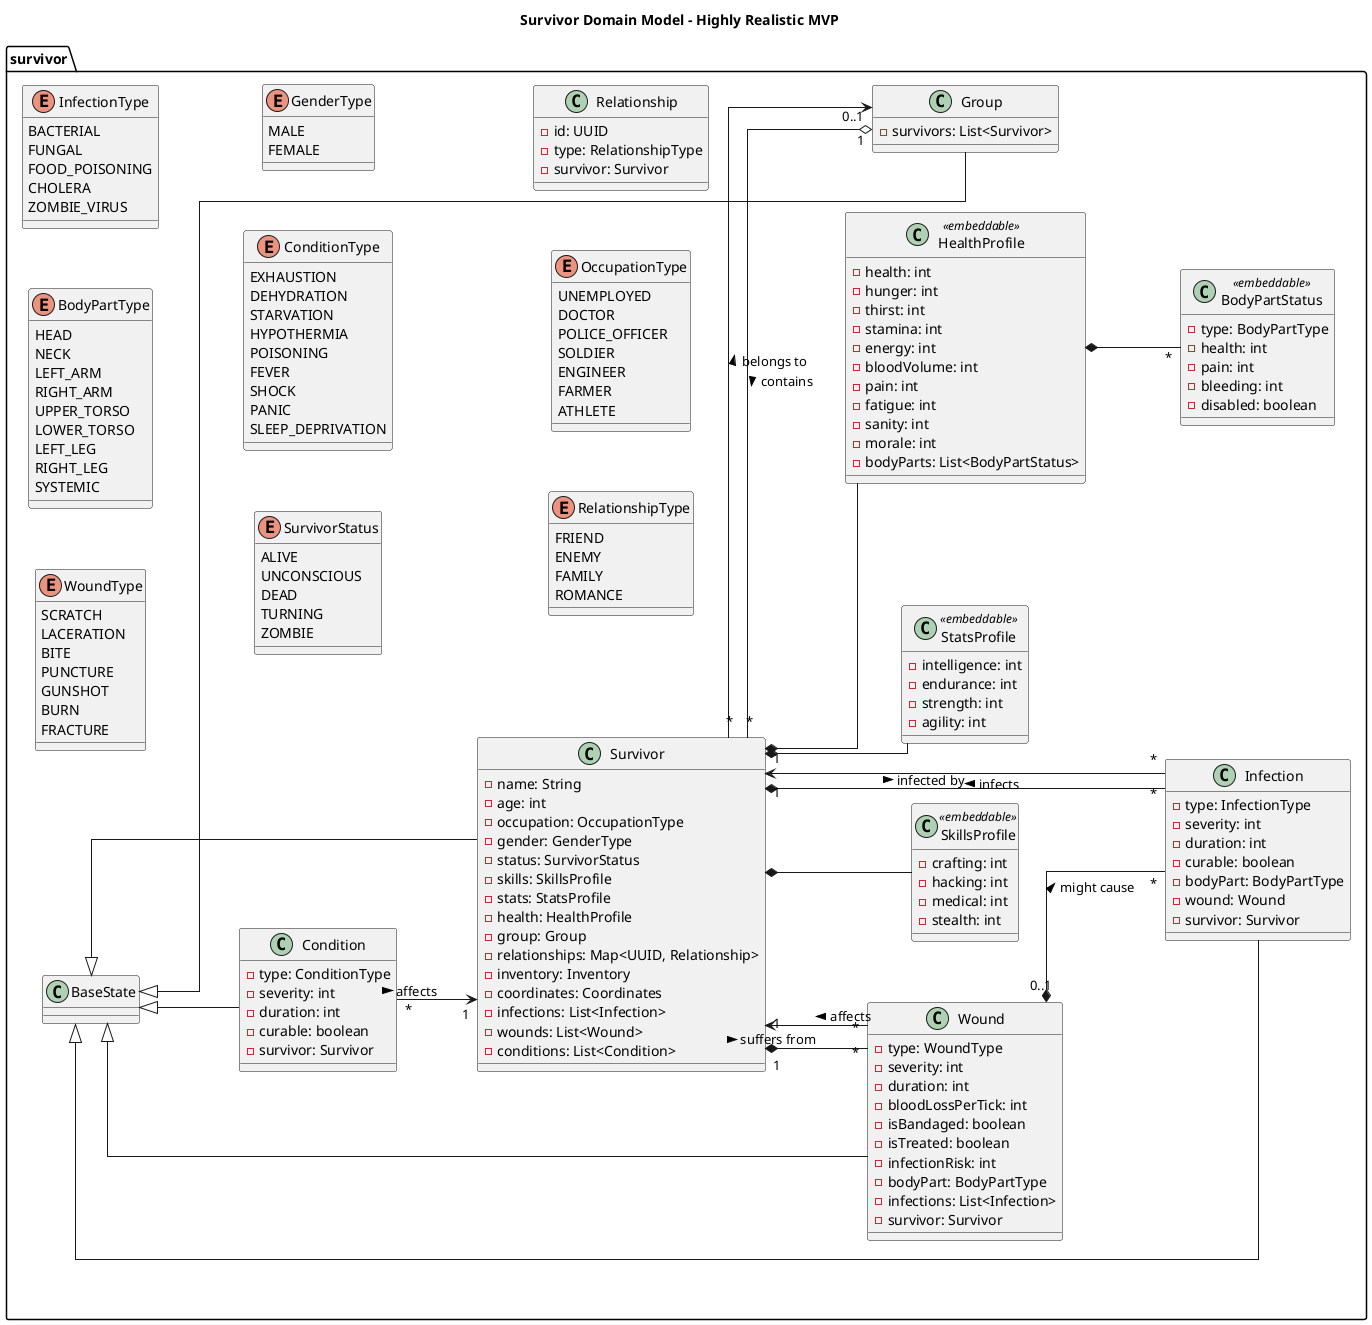
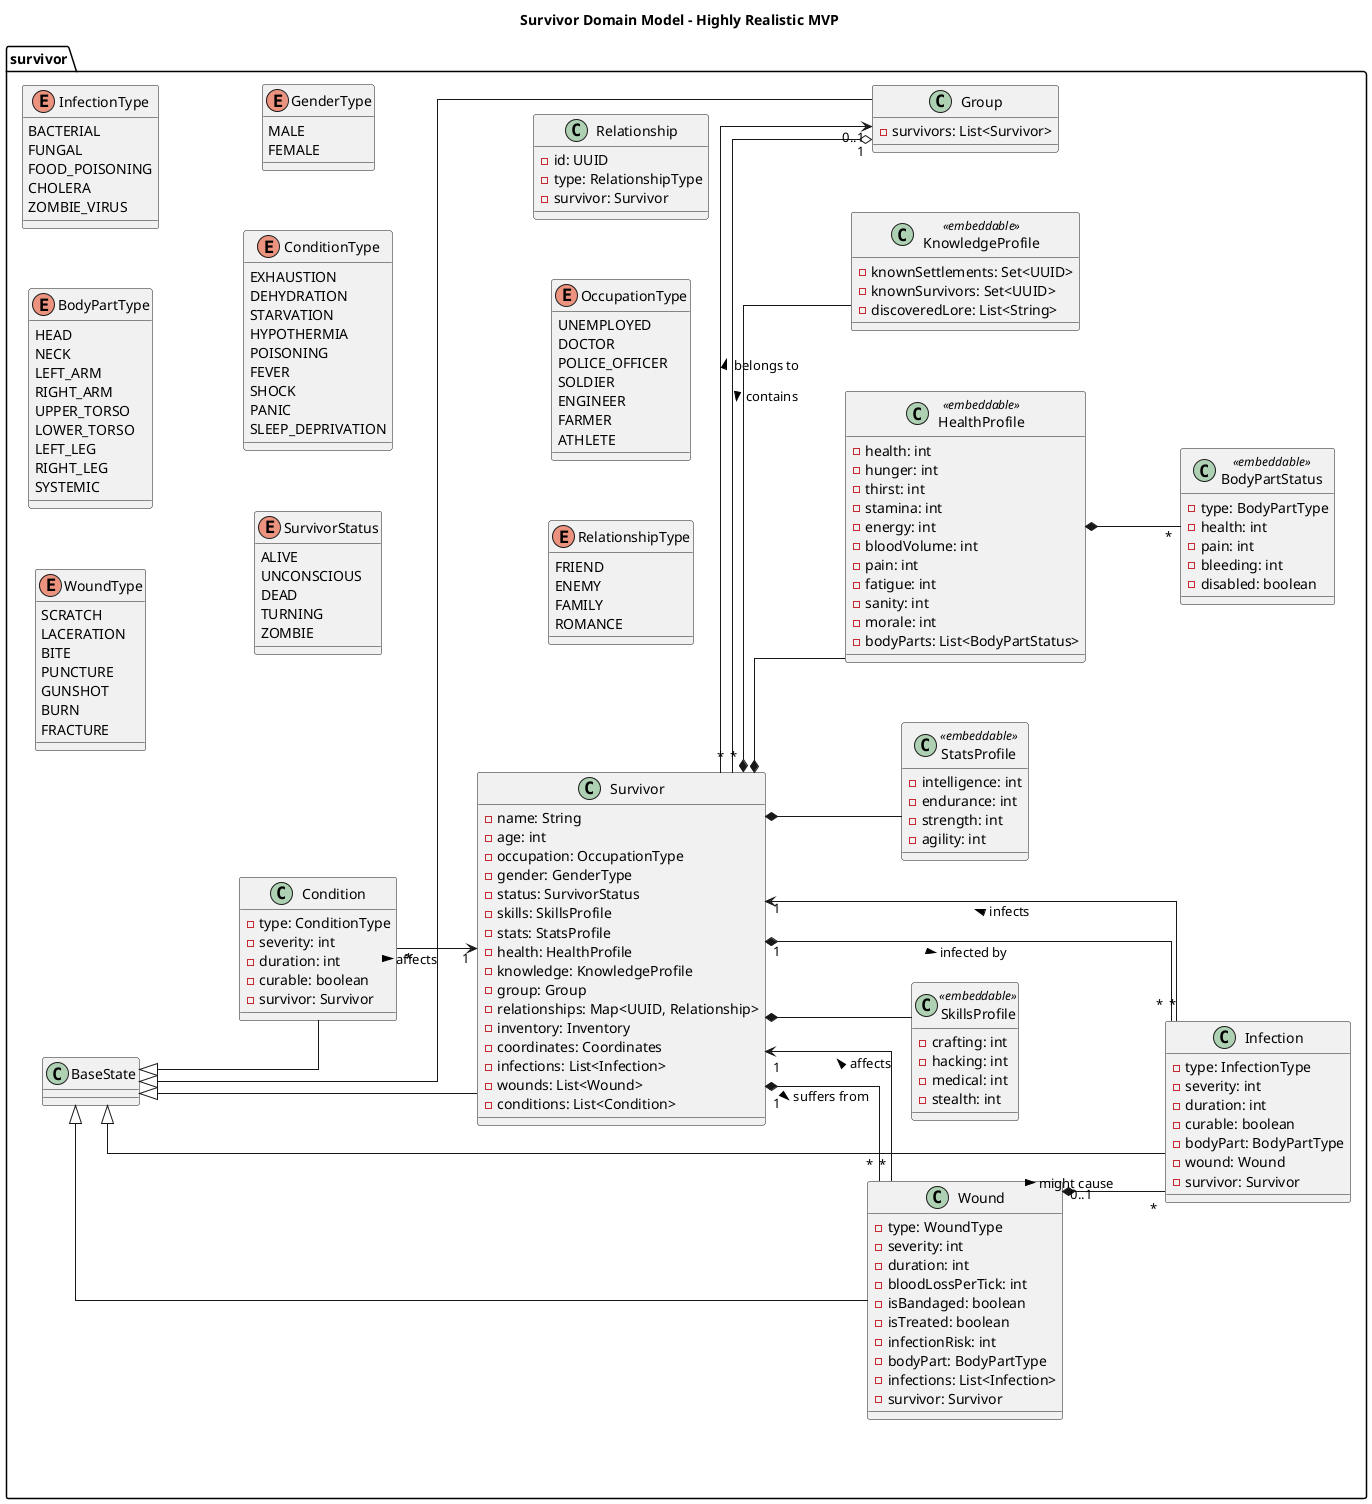
@startuml
title Survivor Domain Model - Highly Realistic MVP

left to right direction
skinparam linetype ortho
skinparam nodesep 60
skinparam ranksep 80

package survivor {
    enum WoundType {
        SCRATCH
        LACERATION
        BITE
        PUNCTURE
        GUNSHOT
        BURN
        FRACTURE
    }

    enum BodyPartType {
        HEAD
        NECK
        LEFT_ARM
        RIGHT_ARM
        UPPER_TORSO
        LOWER_TORSO
        LEFT_LEG
        RIGHT_LEG
        SYSTEMIC
    }

    enum InfectionType {
        BACTERIAL
        FUNGAL
        FOOD_POISONING
        CHOLERA
        ZOMBIE_VIRUS
    }

    enum SurvivorStatus {
        ALIVE
        UNCONSCIOUS
        DEAD
        TURNING
        ZOMBIE
    }

    enum ConditionType {
        EXHAUSTION
        DEHYDRATION
        STARVATION
        HYPOTHERMIA
        POISONING
        FEVER
        SHOCK
        PANIC
        SLEEP_DEPRIVATION
    }

    enum GenderType {
        MALE
        FEMALE
    }

    enum RelationshipType {
        FRIEND
        ENEMY
        FAMILY
        ROMANCE
    }

    enum OccupationType {
        UNEMPLOYED
        DOCTOR
        POLICE_OFFICER
        SOLDIER
        ENGINEER
        FARMER
        ATHLETE
    }

    class Survivor extends BaseState {
        - name: String
        - age: int
        - occupation: OccupationType
        - gender: GenderType
        - status: SurvivorStatus
        - skills: SkillsProfile
        - stats: StatsProfile
        - health: HealthProfile
+         - knowledge: KnowledgeProfile
        - group: Group
        - relationships: Map<UUID, Relationship>
        - inventory: Inventory
        - coordinates: Coordinates
        - infections: List<Infection>
        - wounds: List<Wound>
        - conditions: List<Condition>
    }

    class Relationship {
        - id: UUID
        - type: RelationshipType
        - survivor: Survivor
    }

    class Group extends BaseState {
        - survivors: List<Survivor>
    }

    class Wound extends BaseState {
        - type: WoundType
        - severity: int
        - duration: int
        - bloodLossPerTick: int
        - isBandaged: boolean
        - isTreated: boolean
        - infectionRisk: int
        - bodyPart: BodyPartType
        - infections: List<Infection>
        - survivor: Survivor
    }

    class Infection extends BaseState {
        - type: InfectionType
        - severity: int
        - duration: int
        - curable: boolean
        - bodyPart: BodyPartType
        - wound: Wound
        - survivor: Survivor
    }

    class Condition extends BaseState {
        - type: ConditionType
        - severity: int
        - duration: int
        - curable: boolean
        - survivor: Survivor
+     }
+ 
+     class KnowledgeProfile <<embeddable>> {
+         - knownSettlements: Set<UUID>
+         - knownSurvivors: Set<UUID>
+         - discoveredLore: List<String>
    }

    class SkillsProfile <<embeddable>> {
        - crafting: int
        - hacking: int
        - medical: int
        - stealth: int
    }

    class StatsProfile <<embeddable>> {
        - intelligence: int
        - endurance: int
        - strength: int
        - agility: int
    }

    class HealthProfile <<embeddable>> {
        - health: int
        - hunger: int
        - thirst: int
        - stamina: int
        - energy: int
        - bloodVolume: int
        - pain: int
        - fatigue: int
        - sanity: int
        - morale: int
        - bodyParts: List<BodyPartStatus>
    }

    class BodyPartStatus <<embeddable>> {
        - type: BodyPartType
        - health: int
        - pain: int
        - bleeding: int
        - disabled: boolean
    }

    Group "1" o-- "*" Survivor : contains >
    Survivor "*" --> "0..1" Group : belongs to >

    Survivor "1" *-- "*" Wound : suffers from >
    Wound "*" --> "1" Survivor : affects >

    Survivor "1" *-- "*" Infection : infected by >
    Infection "*" --> "1" Survivor : infects >

    Wound "0..1" *-- "*" Infection : might cause >

    HealthProfile *-- "*" BodyPartStatus

    Condition "*" --> "1" Survivor : affects >

    Survivor *-- SkillsProfile
    Survivor *-- StatsProfile
    Survivor *-- HealthProfile
+     Survivor *-- KnowledgeProfile
}
@enduml